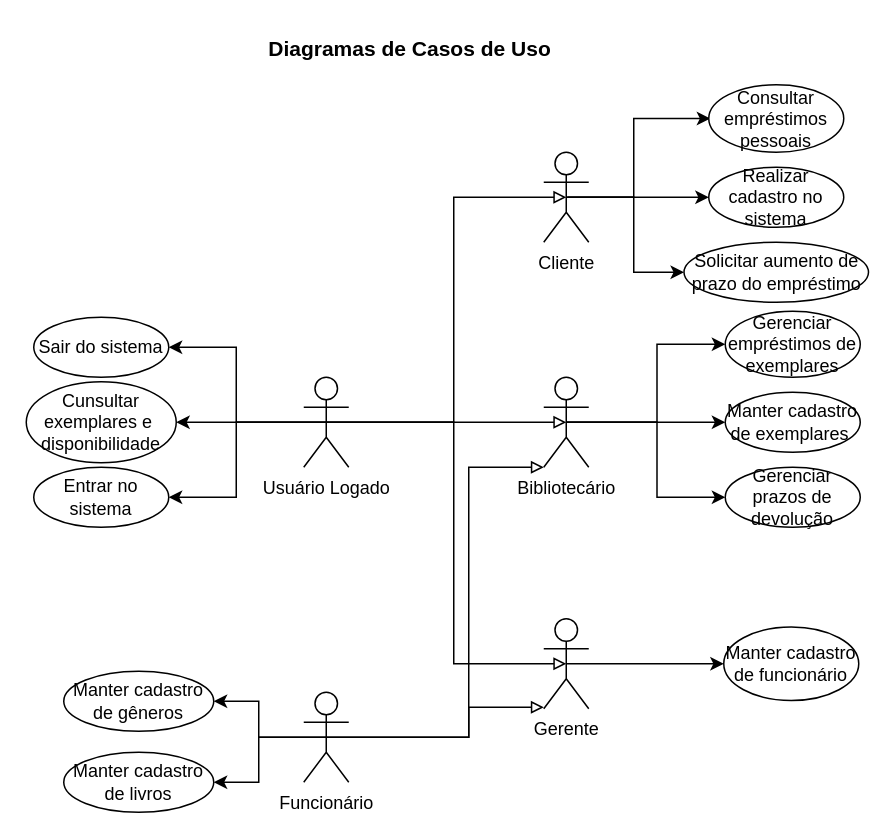
The draw.io diagram Biblio_APOO.drawio in rubythais/Aulas_POO, before the edit. Source tidied: cells renumbered, new cells numbered last; positions are measured from the earlier drawing's top-left corner, leaving out a move shared by most shapes. Both pictures are drawn from the tidied source at 150%, with x=0, y=0 at pixel (26, 26).
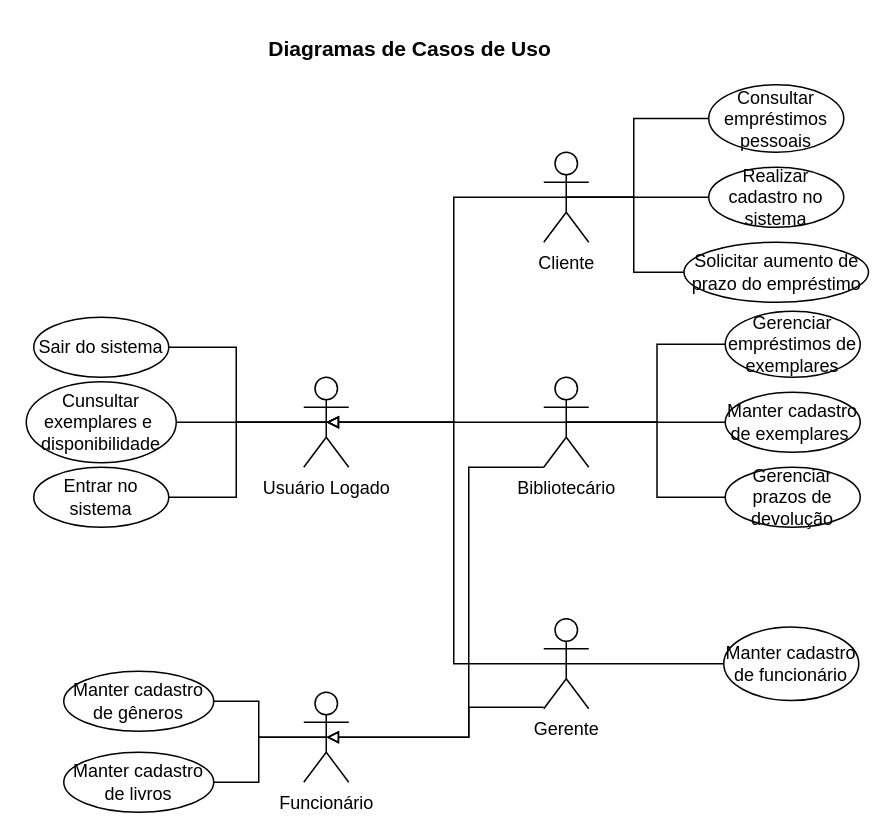
After the change.

The change refers to these unchanged cells:
```xml
<mxCell id="3" value="Gerente" style="shape=umlActor;verticalLabelPosition=bottom;verticalAlign=top;html=1;outlineConnect=0;" parent="1" vertex="1">
  <mxGeometry x="345" y="395" width="30" height="60" as="geometry" />
</mxCell>
<mxCell id="4" value="Manter cadastro de funcionário" style="ellipse;whiteSpace=wrap;html=1;" parent="1" vertex="1">
  <mxGeometry x="465" y="400.5" width="90" height="49" as="geometry" />
</mxCell>
<mxCell id="5" value="Manter cadastro de livros" style="ellipse;whiteSpace=wrap;html=1;" parent="1" vertex="1">
  <mxGeometry x="25" y="484" width="100" height="40" as="geometry" />
</mxCell>
<mxCell id="6" value="Entrar no sistema" style="ellipse;whiteSpace=wrap;html=1;" parent="1" vertex="1">
  <mxGeometry x="5" y="294" width="90" height="40" as="geometry" />
</mxCell>
<mxCell id="7" value="Manter cadastro de gêneros" style="ellipse;whiteSpace=wrap;html=1;" parent="1" vertex="1">
  <mxGeometry x="25" y="430" width="100" height="40" as="geometry" />
</mxCell>
<mxCell id="11" value="Cliente" style="shape=umlActor;verticalLabelPosition=bottom;verticalAlign=top;html=1;outlineConnect=0;" parent="1" vertex="1">
  <mxGeometry x="345" y="84" width="30" height="60" as="geometry" />
</mxCell>
<mxCell id="12" value="&lt;div&gt;Realizar cadastro no sistema&lt;/div&gt;" style="ellipse;whiteSpace=wrap;html=1;" parent="1" vertex="1">
  <mxGeometry x="455" y="94" width="90" height="40" as="geometry" />
</mxCell>
<mxCell id="13" value="Cunsultar exemplares e&amp;nbsp; disponibilidade" style="ellipse;whiteSpace=wrap;html=1;" parent="1" vertex="1">
  <mxGeometry y="237" width="100" height="54" as="geometry" />
</mxCell>
<mxCell id="14" value="Solicitar aumento de prazo do empréstimo" style="ellipse;whiteSpace=wrap;html=1;" parent="1" vertex="1">
  <mxGeometry x="438.5" y="144" width="123" height="40" as="geometry" />
</mxCell>
<mxCell id="19" value="Bibliotecário" style="shape=umlActor;verticalLabelPosition=bottom;verticalAlign=top;html=1;outlineConnect=0;" parent="1" vertex="1">
  <mxGeometry x="345" y="234" width="30" height="60" as="geometry" />
</mxCell>
<mxCell id="20" value="Manter cadastro de exemplares&amp;nbsp;" style="ellipse;whiteSpace=wrap;html=1;strokeColor=default;align=center;verticalAlign=middle;fontFamily=Helvetica;fontSize=12;fontColor=default;fillColor=default;" parent="1" vertex="1">
  <mxGeometry x="466" y="244" width="90" height="40" as="geometry" />
</mxCell>
<mxCell id="21" value="Gerenciar prazos de devolução" style="ellipse;whiteSpace=wrap;html=1;strokeColor=default;align=center;verticalAlign=middle;fontFamily=Helvetica;fontSize=12;fontColor=default;fillColor=default;" parent="1" vertex="1">
  <mxGeometry x="466" y="294" width="90" height="40" as="geometry" />
</mxCell>
<mxCell id="22" value="Gerenciar empréstimos de exemplares" style="ellipse;whiteSpace=wrap;html=1;strokeColor=default;align=center;verticalAlign=middle;fontFamily=Helvetica;fontSize=12;fontColor=default;fillColor=default;" parent="1" vertex="1">
  <mxGeometry x="466" y="190" width="90" height="44" as="geometry" />
</mxCell>
<mxCell id="23" value="Sair do sistema" style="ellipse;whiteSpace=wrap;html=1;" parent="1" vertex="1">
  <mxGeometry x="5" y="194" width="90" height="40" as="geometry" />
</mxCell>
<mxCell id="29" value="Usuário Logado" style="shape=umlActor;verticalLabelPosition=bottom;verticalAlign=top;html=1;outlineConnect=0;" parent="1" vertex="1">
  <mxGeometry x="185" y="234" width="30" height="60" as="geometry" />
</mxCell>
<mxCell id="34" value="Funcionário" style="shape=umlActor;verticalLabelPosition=bottom;verticalAlign=top;html=1;outlineConnect=0;" parent="1" vertex="1">
  <mxGeometry x="185" y="444" width="30" height="60" as="geometry" />
</mxCell>
```

Change to the diagram source:
```diff
@@
-    <mxCell id="2" style="edgeStyle=orthogonalEdgeStyle;rounded=0;jettySize=auto;html=1;exitX=0.5;exitY=0.5;exitDx=0;exitDy=0;exitPerimeter=0;entryX=0;entryY=0.5;entryDx=0;entryDy=0;" parent="1" edge="1" source="3" target="4">
+    <mxCell id="2" style="edgeStyle=orthogonalEdgeStyle;rounded=0;jettySize=auto;html=1;exitX=0.5;exitY=0.5;exitDx=0;exitDy=0;exitPerimeter=0;entryX=0;entryY=0.5;entryDx=0;entryDy=0;endArrow=none;startFill=0;" parent="1" edge="1" source="3" target="4">
       <mxGeometry relative="1" as="geometry" />
     </mxCell>
@@
-    <mxCell id="8" style="edgeStyle=orthogonalEdgeStyle;rounded=0;jettySize=auto;html=1;exitX=0.5;exitY=0.5;exitDx=0;exitDy=0;exitPerimeter=0;entryX=0;entryY=0.5;entryDx=0;entryDy=0;" parent="1" edge="1" source="11" target="12">
+    <mxCell id="8" style="edgeStyle=orthogonalEdgeStyle;rounded=0;jettySize=auto;html=1;exitX=0.5;exitY=0.5;exitDx=0;exitDy=0;exitPerimeter=0;entryX=0;entryY=0.5;entryDx=0;entryDy=0;endArrow=none;startFill=0;" parent="1" edge="1" source="11" target="12">
       <mxGeometry relative="1" as="geometry" />
     </mxCell>
-    <mxCell id="9" style="edgeStyle=orthogonalEdgeStyle;rounded=0;orthogonalLoop=1;jettySize=auto;html=1;exitX=0.5;exitY=0.5;exitDx=0;exitDy=0;exitPerimeter=0;entryX=0;entryY=0.5;entryDx=0;entryDy=0;" parent="1" edge="1">
+    <mxCell id="9" style="edgeStyle=orthogonalEdgeStyle;rounded=0;orthogonalLoop=1;jettySize=auto;html=1;exitX=0.5;exitY=0.5;exitDx=0;exitDy=0;exitPerimeter=0;entryX=0;entryY=0.5;entryDx=0;entryDy=0;endArrow=none;startFill=0;" parent="1" edge="1">
       <mxGeometry relative="1" as="geometry">
         <mxPoint x="361" y="114" as="sourcePoint" />
         <mxPoint x="456" y="61.5" as="targetPoint" />
         <Array as="points">
           <mxPoint x="405" y="114" />
           <mxPoint x="405" y="61" />
         </Array>
       </mxGeometry>
     </mxCell>
-    <mxCell id="10" style="edgeStyle=orthogonalEdgeStyle;rounded=0;jettySize=auto;html=1;exitX=0.5;exitY=0.5;exitDx=0;exitDy=0;exitPerimeter=0;entryX=0;entryY=0.5;entryDx=0;entryDy=0;" parent="1" edge="1" source="11" target="14">
+    <mxCell id="10" style="edgeStyle=orthogonalEdgeStyle;rounded=0;jettySize=auto;html=1;exitX=0.5;exitY=0.5;exitDx=0;exitDy=0;exitPerimeter=0;entryX=0;entryY=0.5;entryDx=0;entryDy=0;endArrow=none;startFill=0;" parent="1" edge="1" source="11" target="14">
       <mxGeometry relative="1" as="geometry">
         <Array as="points">
           <mxPoint x="405" y="114" />
           <mxPoint x="405" y="164" />
         </Array>
       </mxGeometry>
     </mxCell>
@@
-    <mxCell id="16" style="edgeStyle=orthogonalEdgeStyle;rounded=0;jettySize=auto;html=1;exitX=0.5;exitY=0.5;exitDx=0;exitDy=0;exitPerimeter=0;entryX=0;entryY=0.5;entryDx=0;entryDy=0;" parent="1" edge="1" source="19" target="20">
+    <mxCell id="16" style="edgeStyle=orthogonalEdgeStyle;rounded=0;jettySize=auto;html=1;exitX=0.5;exitY=0.5;exitDx=0;exitDy=0;exitPerimeter=0;entryX=0;entryY=0.5;entryDx=0;entryDy=0;endArrow=none;startFill=0;" parent="1" edge="1" source="19" target="20">
       <mxGeometry relative="1" as="geometry" />
     </mxCell>
-    <mxCell id="17" style="edgeStyle=orthogonalEdgeStyle;rounded=0;jettySize=auto;html=1;exitX=0.5;exitY=0.5;exitDx=0;exitDy=0;exitPerimeter=0;entryX=0;entryY=0.5;entryDx=0;entryDy=0;" parent="1" edge="1" source="19" target="21">
+    <mxCell id="17" style="edgeStyle=orthogonalEdgeStyle;rounded=0;jettySize=auto;html=1;exitX=0.5;exitY=0.5;exitDx=0;exitDy=0;exitPerimeter=0;entryX=0;entryY=0.5;entryDx=0;entryDy=0;endArrow=none;startFill=0;" parent="1" edge="1" source="19" target="21">
       <mxGeometry relative="1" as="geometry" />
     </mxCell>
-    <mxCell id="18" style="edgeStyle=orthogonalEdgeStyle;rounded=0;jettySize=auto;html=1;exitX=0.5;exitY=0.5;exitDx=0;exitDy=0;exitPerimeter=0;entryX=0;entryY=0.5;entryDx=0;entryDy=0;" parent="1" edge="1" source="19" target="22">
+    <mxCell id="18" style="edgeStyle=orthogonalEdgeStyle;rounded=0;jettySize=auto;html=1;exitX=0.5;exitY=0.5;exitDx=0;exitDy=0;exitPerimeter=0;entryX=0;entryY=0.5;entryDx=0;entryDy=0;endArrow=none;startFill=0;" parent="1" edge="1" source="19" target="22">
       <mxGeometry relative="1" as="geometry" />
     </mxCell>
@@
-    <mxCell id="25" style="edgeStyle=orthogonalEdgeStyle;rounded=0;jettySize=auto;html=1;exitX=0.5;exitY=0.5;exitDx=0;exitDy=0;exitPerimeter=0;entryX=1;entryY=0.5;entryDx=0;entryDy=0;" parent="1" edge="1" source="29" target="23">
+    <mxCell id="25" style="edgeStyle=orthogonalEdgeStyle;rounded=0;jettySize=auto;html=1;exitX=0.5;exitY=0.5;exitDx=0;exitDy=0;exitPerimeter=0;entryX=1;entryY=0.5;entryDx=0;entryDy=0;endArrow=none;startFill=0;" parent="1" edge="1" source="29" target="23">
       <mxGeometry relative="1" as="geometry" />
     </mxCell>
-    <mxCell id="26" style="edgeStyle=orthogonalEdgeStyle;rounded=0;jettySize=auto;html=1;exitX=0.5;exitY=0.5;exitDx=0;exitDy=0;exitPerimeter=0;entryX=1;entryY=0.5;entryDx=0;entryDy=0;" parent="1" edge="1" source="29" target="6">
+    <mxCell id="26" style="edgeStyle=orthogonalEdgeStyle;rounded=0;jettySize=auto;html=1;exitX=0.5;exitY=0.5;exitDx=0;exitDy=0;exitPerimeter=0;entryX=1;entryY=0.5;entryDx=0;entryDy=0;endArrow=none;startFill=0;" parent="1" edge="1" source="29" target="6">
       <mxGeometry relative="1" as="geometry" />
     </mxCell>
-    <mxCell id="27" style="edgeStyle=orthogonalEdgeStyle;rounded=0;jettySize=auto;html=1;exitX=0.5;exitY=0.5;exitDx=0;exitDy=0;exitPerimeter=0;entryX=0.5;entryY=0.5;entryDx=0;entryDy=0;entryPerimeter=0;endArrow=block;endFill=0;" parent="1" edge="1" source="29" target="11">
+    <mxCell id="27" style="edgeStyle=orthogonalEdgeStyle;rounded=0;jettySize=auto;html=1;exitX=0.5;exitY=0.5;exitDx=0;exitDy=0;exitPerimeter=0;entryX=0.5;entryY=0.5;entryDx=0;entryDy=0;entryPerimeter=0;endArrow=block;endFill=0;" parent="1" edge="1" source="11" target="29">
       <mxGeometry relative="1" as="geometry">
         <Array as="points">
+          <mxPoint x="285" y="114" />
           <mxPoint x="285" y="264" />
-          <mxPoint x="285" y="114" />
         </Array>
       </mxGeometry>
     </mxCell>
-    <mxCell id="28" style="edgeStyle=orthogonalEdgeStyle;rounded=0;jettySize=auto;html=1;exitX=0.5;exitY=0.5;exitDx=0;exitDy=0;exitPerimeter=0;entryX=1;entryY=0.5;entryDx=0;entryDy=0;" parent="1" edge="1" source="29" target="13">
+    <mxCell id="28" style="edgeStyle=orthogonalEdgeStyle;rounded=0;jettySize=auto;html=1;exitX=0.5;exitY=0.5;exitDx=0;exitDy=0;exitPerimeter=0;entryX=1;entryY=0.5;entryDx=0;entryDy=0;endArrow=none;startFill=0;" parent="1" edge="1" source="29" target="13">
       <mxGeometry relative="1" as="geometry" />
     </mxCell>
@@
-    <mxCell id="30" style="edgeStyle=orthogonalEdgeStyle;rounded=0;jettySize=auto;html=1;exitX=0.5;exitY=0.5;exitDx=0;exitDy=0;exitPerimeter=0;entryX=0.5;entryY=0.5;entryDx=0;entryDy=0;entryPerimeter=0;endArrow=block;endFill=0;" parent="1" edge="1" source="29" target="19">
+    <mxCell id="30" style="edgeStyle=orthogonalEdgeStyle;rounded=0;jettySize=auto;html=1;exitX=0.5;exitY=0.5;exitDx=0;exitDy=0;exitPerimeter=0;entryX=0.5;entryY=0.5;entryDx=0;entryDy=0;entryPerimeter=0;endArrow=block;endFill=0;" parent="1" edge="1" source="19" target="29">
       <mxGeometry relative="1" as="geometry" />
     </mxCell>
-    <mxCell id="31" style="edgeStyle=orthogonalEdgeStyle;rounded=0;jettySize=auto;html=1;exitX=0.5;exitY=0.5;exitDx=0;exitDy=0;exitPerimeter=0;entryX=0.5;entryY=0.5;entryDx=0;entryDy=0;entryPerimeter=0;endArrow=block;endFill=0;" parent="1" edge="1" source="29" target="3">
+    <mxCell id="31" style="edgeStyle=orthogonalEdgeStyle;rounded=0;jettySize=auto;html=1;exitX=0.5;exitY=0.5;exitDx=0;exitDy=0;exitPerimeter=0;entryX=0.5;entryY=0.5;entryDx=0;entryDy=0;entryPerimeter=0;endArrow=block;endFill=0;" parent="1" edge="1" source="3" target="29">
       <mxGeometry relative="1" as="geometry">
         <Array as="points">
+          <mxPoint x="285" y="425" />
           <mxPoint x="285" y="264" />
-          <mxPoint x="285" y="425" />
         </Array>
       </mxGeometry>
     </mxCell>
-    <mxCell id="32" style="edgeStyle=orthogonalEdgeStyle;rounded=0;jettySize=auto;html=1;exitX=0.5;exitY=0.5;exitDx=0;exitDy=0;exitPerimeter=0;entryX=1;entryY=0.5;entryDx=0;entryDy=0;" parent="1" edge="1" source="34" target="7">
+    <mxCell id="32" style="edgeStyle=orthogonalEdgeStyle;rounded=0;jettySize=auto;html=1;exitX=0.5;exitY=0.5;exitDx=0;exitDy=0;exitPerimeter=0;entryX=1;entryY=0.5;entryDx=0;entryDy=0;endArrow=none;startFill=0;" parent="1" edge="1" source="34" target="7">
       <mxGeometry relative="1" as="geometry" />
     </mxCell>
-    <mxCell id="33" style="edgeStyle=orthogonalEdgeStyle;rounded=0;jettySize=auto;html=1;exitX=0.5;exitY=0.5;exitDx=0;exitDy=0;exitPerimeter=0;" parent="1" edge="1" source="34" target="5">
+    <mxCell id="33" style="edgeStyle=orthogonalEdgeStyle;rounded=0;jettySize=auto;html=1;exitX=0.5;exitY=0.5;exitDx=0;exitDy=0;exitPerimeter=0;endArrow=none;startFill=0;" parent="1" edge="1" source="34" target="5">
       <mxGeometry relative="1" as="geometry" />
     </mxCell>
@@
-    <mxCell id="35" style="edgeStyle=orthogonalEdgeStyle;rounded=0;jettySize=auto;html=1;exitX=0.5;exitY=0.5;exitDx=0;exitDy=0;exitPerimeter=0;entryX=0;entryY=1;entryDx=0;entryDy=0;entryPerimeter=0;endArrow=block;endFill=0;" parent="1" edge="1" source="34" target="19">
+    <mxCell id="35" style="edgeStyle=orthogonalEdgeStyle;rounded=0;jettySize=auto;html=1;exitX=0;exitY=1;exitDx=0;exitDy=0;exitPerimeter=0;entryX=0.5;entryY=0.5;entryDx=0;entryDy=0;entryPerimeter=0;endArrow=block;endFill=0;" parent="1" edge="1" source="19" target="34">
       <mxGeometry relative="1" as="geometry">
         <Array as="points">
+          <mxPoint x="295" y="294" />
           <mxPoint x="295" y="474" />
-          <mxPoint x="295" y="294" />
         </Array>
       </mxGeometry>
     </mxCell>
     <mxCell id="36" style="edgeStyle=orthogonalEdgeStyle;rounded=0;orthogonalLoop=1;jettySize=auto;html=1;entryX=0;entryY=1;entryDx=0;entryDy=0;entryPerimeter=0;endArrow=block;endFill=0;" parent="1" edge="1">
       <mxGeometry relative="1" as="geometry">
-        <mxPoint x="200" y="474" as="sourcePoint" />
-        <mxPoint x="345" y="454" as="targetPoint" />
+        <mxPoint x="345" y="454" as="sourcePoint" />
+        <mxPoint x="200" y="474" as="targetPoint" />
         <Array as="points">
+          <mxPoint x="295" y="454" />
           <mxPoint x="295" y="474" />
-          <mxPoint x="295" y="454" />
         </Array>
       </mxGeometry>
     </mxCell>
```
